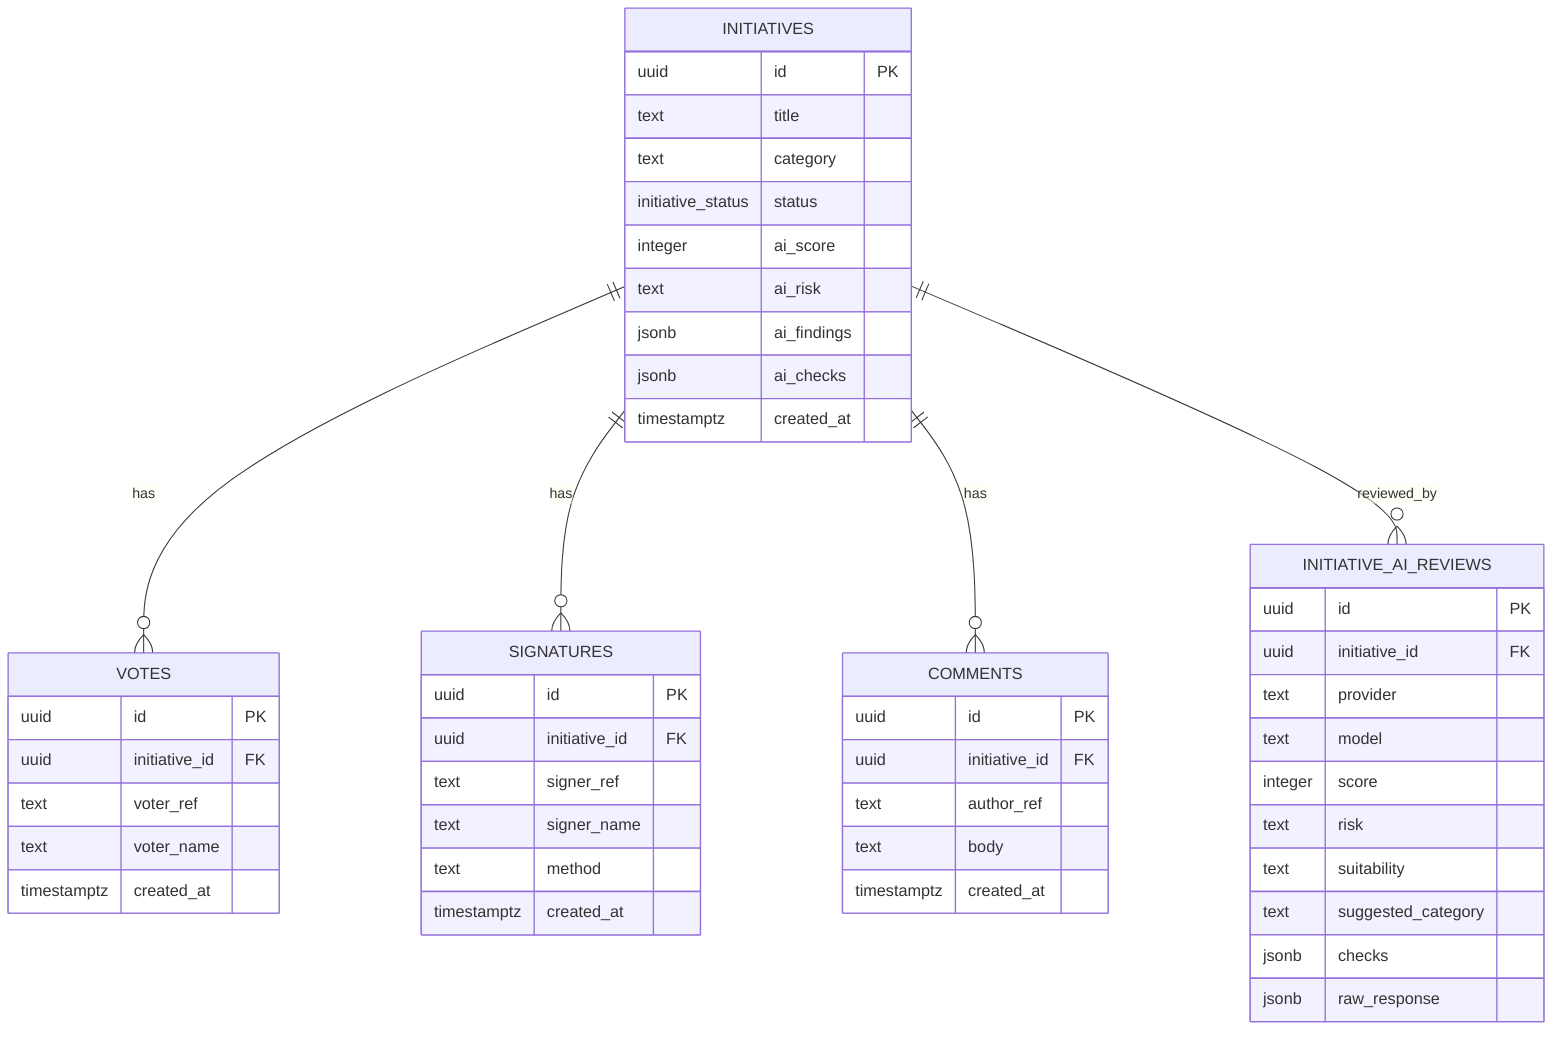
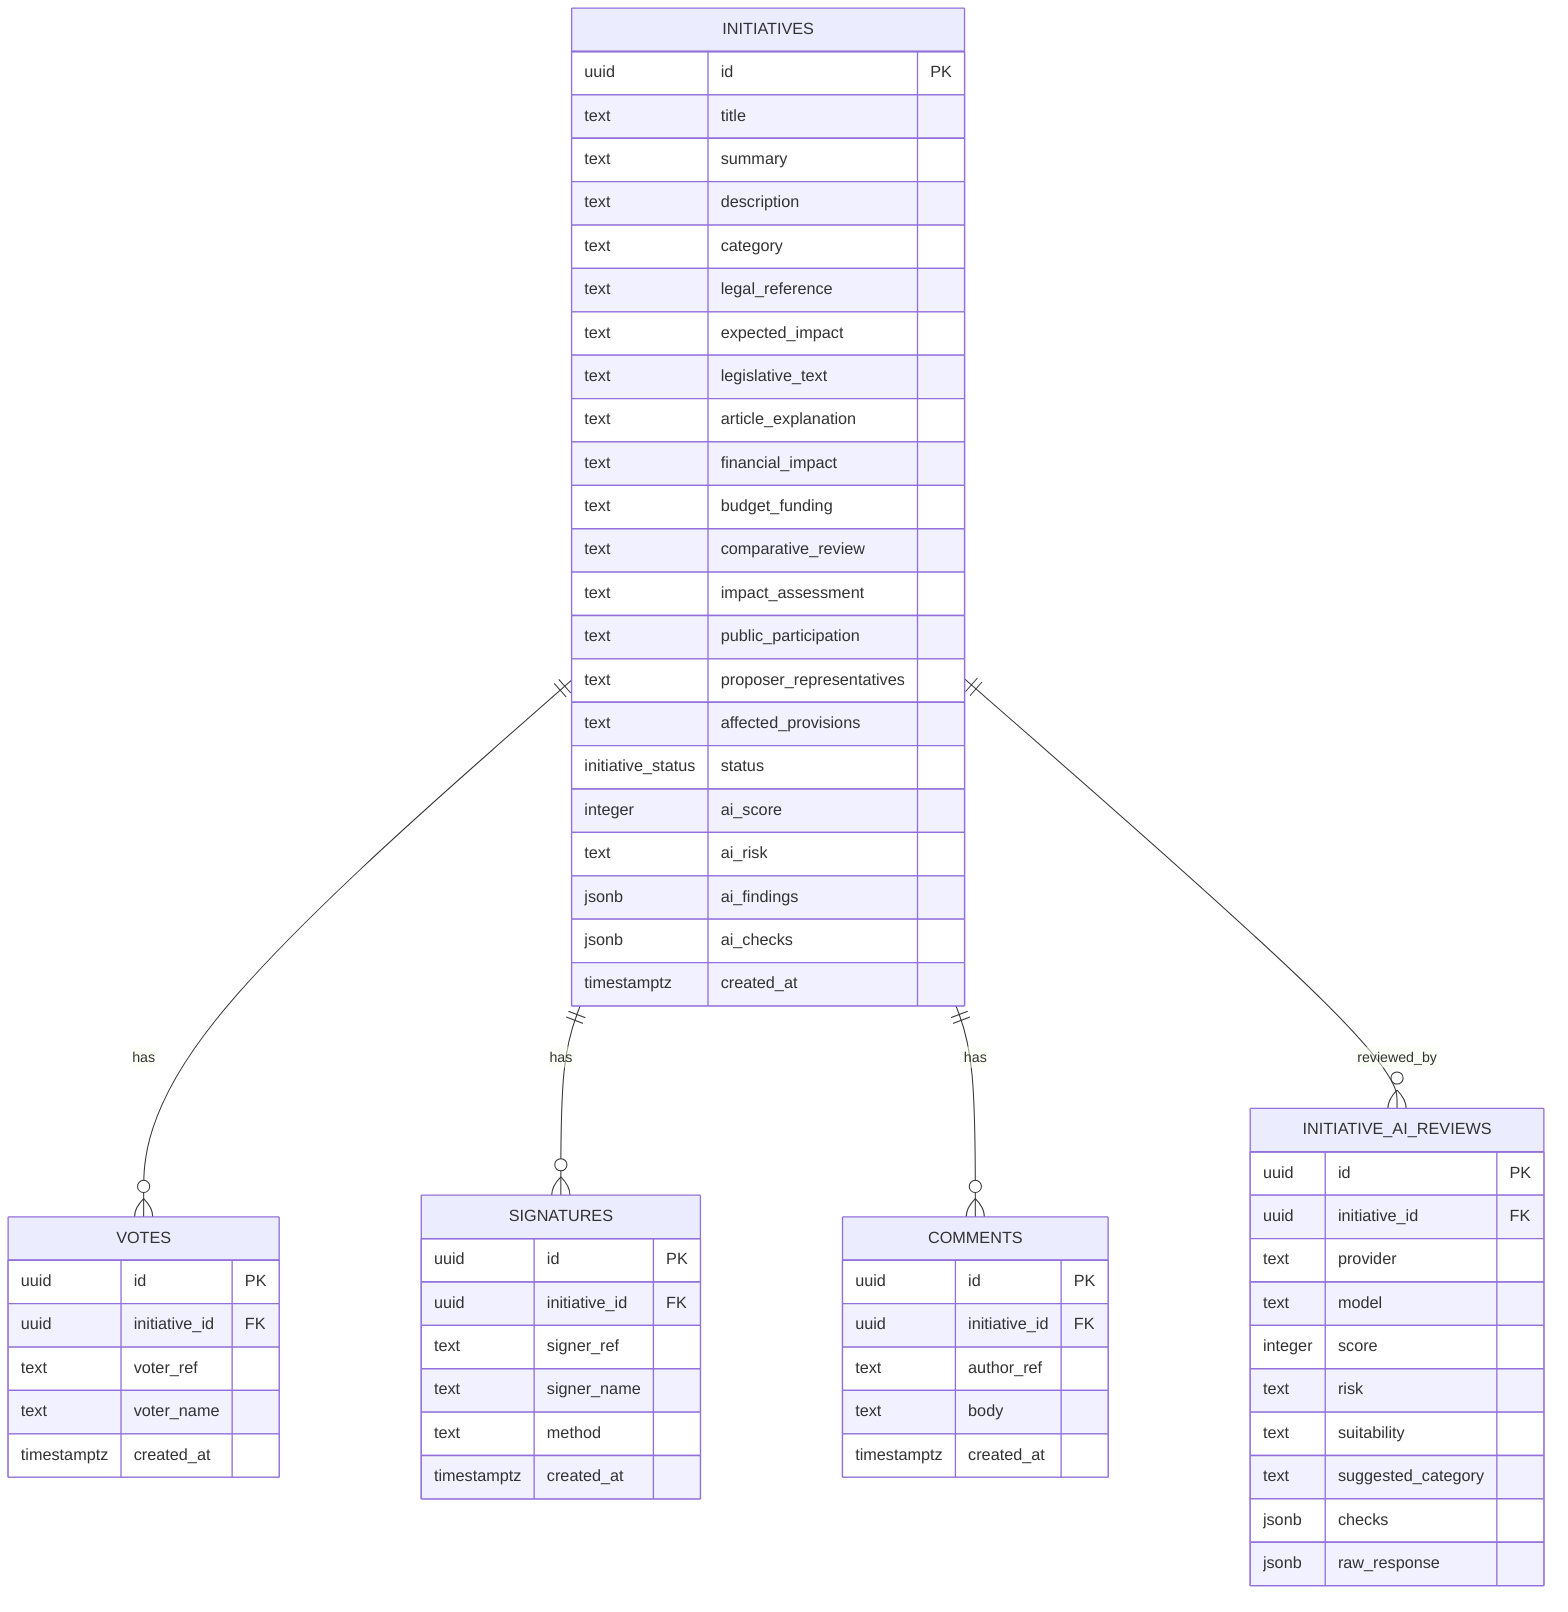
erDiagram
  INITIATIVES ||--o{ VOTES : has
  INITIATIVES ||--o{ SIGNATURES : has
  INITIATIVES ||--o{ COMMENTS : has
  INITIATIVES ||--o{ INITIATIVE_AI_REVIEWS : reviewed_by

  INITIATIVES {
    uuid id PK
    text title
+     text summary
+     text description
    text category
+     text legal_reference
+     text expected_impact
+     text legislative_text
+     text article_explanation
+     text financial_impact
+     text budget_funding
+     text comparative_review
+     text impact_assessment
+     text public_participation
+     text proposer_representatives
+     text affected_provisions
    initiative_status status
    integer ai_score
    text ai_risk
    jsonb ai_findings
    jsonb ai_checks
    timestamptz created_at
  }

  VOTES {
    uuid id PK
    uuid initiative_id FK
    text voter_ref
    text voter_name
    timestamptz created_at
  }

  SIGNATURES {
    uuid id PK
    uuid initiative_id FK
    text signer_ref
    text signer_name
    text method
    timestamptz created_at
  }

  COMMENTS {
    uuid id PK
    uuid initiative_id FK
    text author_ref
    text body
    timestamptz created_at
  }

  INITIATIVE_AI_REVIEWS {
    uuid id PK
    uuid initiative_id FK
    text provider
    text model
    integer score
    text risk
    text suitability
    text suggested_category
    jsonb checks
    jsonb raw_response
-   }+   }
